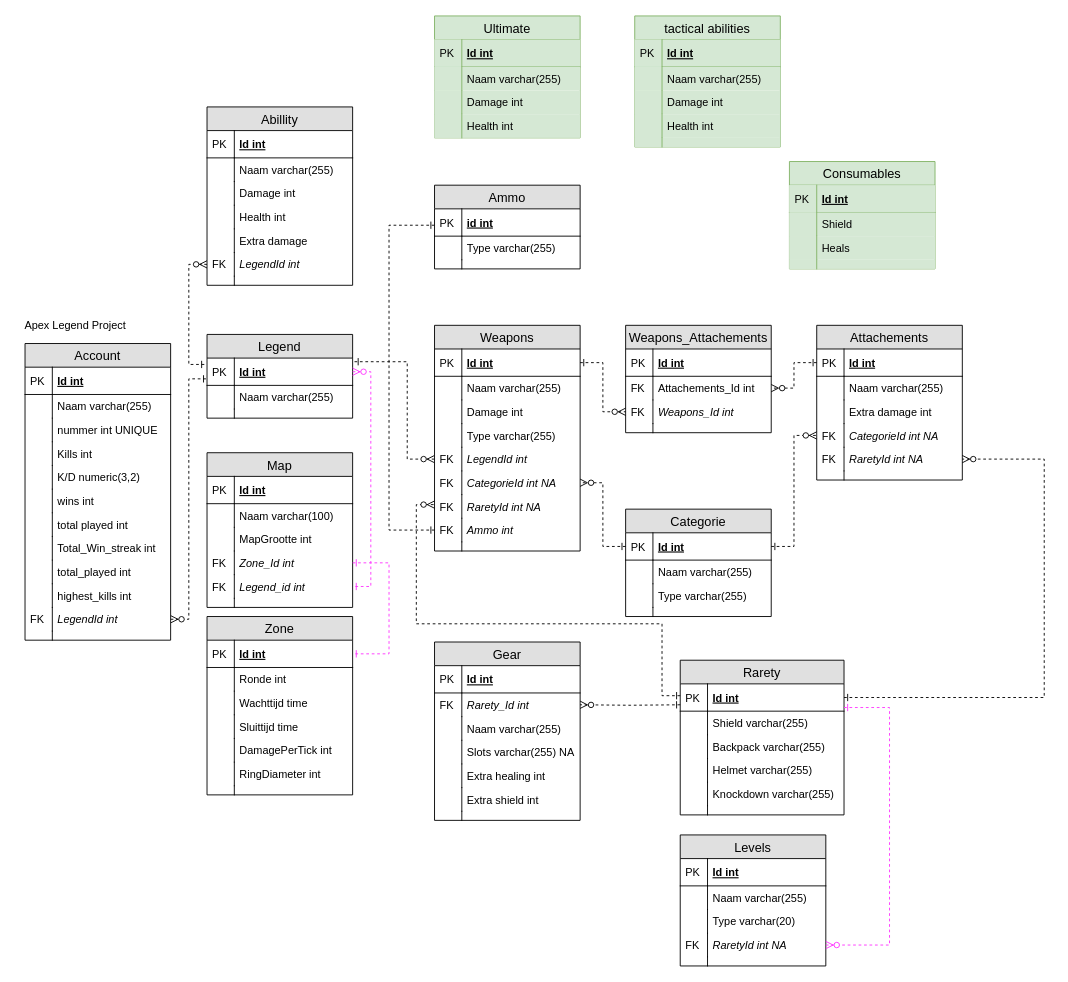
Before: Project.drawio in donnie1998/thomasmore2019-2020, a draw.io diagram. Source tidied: cells renumbered, new cells numbered last; positions are measured from the earlier drawing's top-left corner, leaving out a move shared by most shapes. Both pictures are drawn from the tidied source at 91%, with x=0, y=0 at pixel (15, 15).
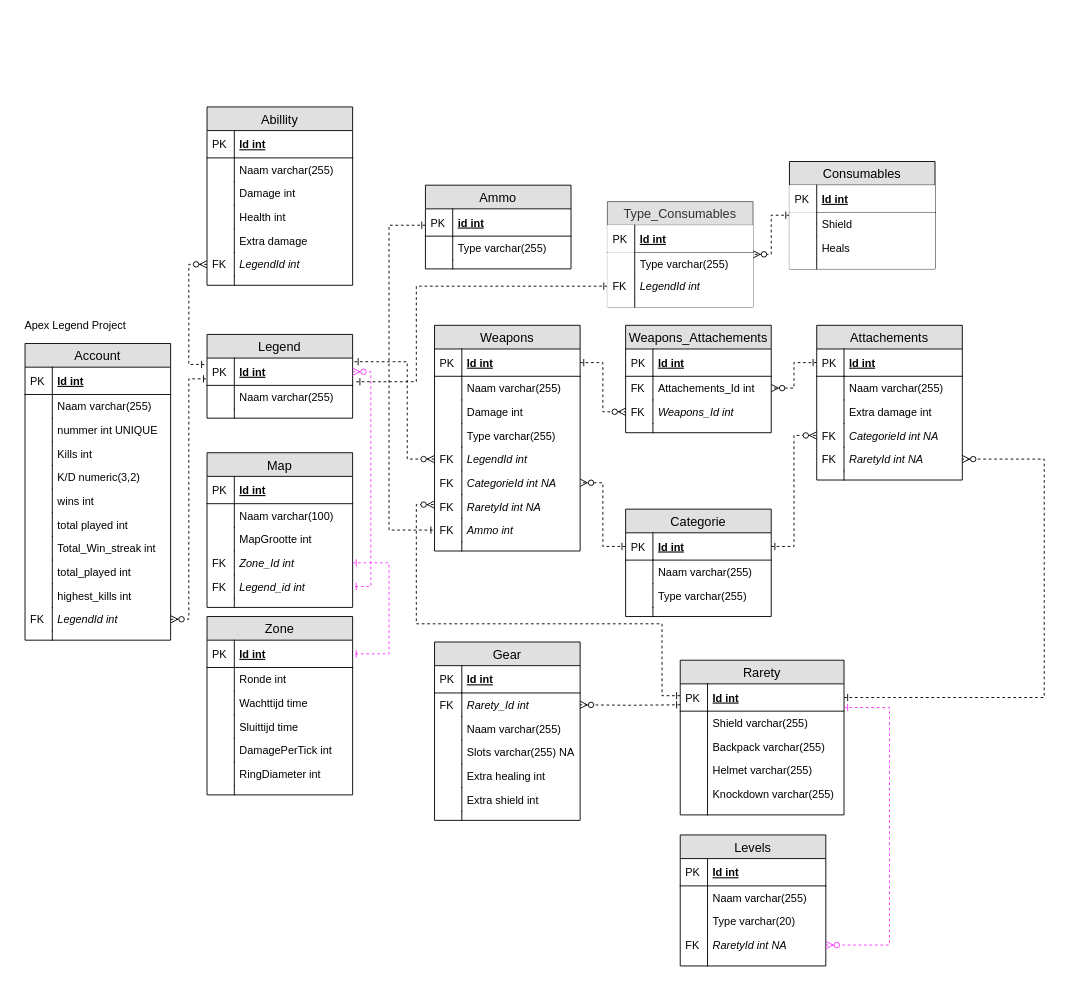
Above is the later version.

Unchanged cells that the change refers to:
```xml
<mxCell id="43" value="Id int " style="shape=partialRectangle;top=0;left=0;right=0;bottom=1;align=left;verticalAlign=middle;fillColor=none;spacingLeft=34;spacingRight=4;overflow=hidden;points=[[0,0.5],[1,0.5]];portConstraint=eastwest;fontStyle=5;fontSize=12;" parent="42" vertex="1">
  <mxGeometry y="26" width="160" height="30" as="geometry" />
</mxCell>
```

Diff of the diagram source:
```diff
@@
-    <mxCell id="49" value="Ultimate" style="swimlane;fontStyle=0;horizontal=1;startSize=26;fillColor=#d5e8d4;swimlaneFillColor=#ffffff;align=center;fontSize=14;strokeColor=#82b366;" parent="1" vertex="1">
-      <mxGeometry x="460" width="160" height="134" as="geometry" />
-    </mxCell>
-    <mxCell id="50" value="Id int " style="shape=partialRectangle;top=0;left=0;right=0;bottom=1;align=left;verticalAlign=middle;fillColor=#d5e8d4;spacingLeft=34;spacingRight=4;overflow=hidden;fontStyle=5;fontSize=12;strokeColor=#82b366;" parent="49" vertex="1">
-      <mxGeometry y="26" width="160" height="30" as="geometry" />
-    </mxCell>
-    <mxCell id="51" value="PK" style="shape=partialRectangle;top=0;left=0;bottom=0;fillColor=#d5e8d4;align=left;verticalAlign=middle;spacingLeft=4;spacingRight=4;overflow=hidden;fontSize=12;strokeColor=#82b366;" parent="50" vertex="1">
-      <mxGeometry width="30" height="30" as="geometry" />
-    </mxCell>
-    <mxCell id="52" value="Naam varchar(255)" style="shape=partialRectangle;top=0;left=0;right=0;bottom=0;align=left;verticalAlign=top;fillColor=#d5e8d4;spacingLeft=34;spacingRight=4;overflow=hidden;fontSize=12;strokeColor=#82b366;" parent="49" vertex="1">
-      <mxGeometry y="56" width="160" height="26" as="geometry" />
-    </mxCell>
-    <mxCell id="53" style="shape=partialRectangle;top=0;left=0;bottom=0;fillColor=#d5e8d4;align=left;verticalAlign=top;spacingLeft=4;spacingRight=4;overflow=hidden;fontSize=12;strokeColor=#82b366;" parent="52" vertex="1">
-      <mxGeometry width="30" height="26" as="geometry" />
-    </mxCell>
-    <mxCell id="54" value="Damage int" style="shape=partialRectangle;top=0;left=0;right=0;bottom=0;align=left;verticalAlign=top;fillColor=#d5e8d4;spacingLeft=34;spacingRight=4;overflow=hidden;fontSize=12;strokeColor=#82b366;" parent="49" vertex="1">
-      <mxGeometry y="82" width="160" height="26" as="geometry" />
-    </mxCell>
-    <mxCell id="55" style="shape=partialRectangle;top=0;left=0;bottom=0;fillColor=#d5e8d4;align=left;verticalAlign=top;spacingLeft=4;spacingRight=4;overflow=hidden;fontSize=12;strokeColor=#82b366;" parent="54" vertex="1">
-      <mxGeometry width="30" height="26" as="geometry" />
-    </mxCell>
-    <mxCell id="56" value="Health int " style="shape=partialRectangle;top=0;left=0;right=0;bottom=0;align=left;verticalAlign=top;fillColor=#d5e8d4;spacingLeft=34;spacingRight=4;overflow=hidden;fontSize=12;strokeColor=#82b366;" parent="49" vertex="1">
-      <mxGeometry y="108" width="160" height="26" as="geometry" />
-    </mxCell>
-    <mxCell id="57" style="shape=partialRectangle;top=0;left=0;bottom=0;fillColor=#d5e8d4;align=left;verticalAlign=top;spacingLeft=4;spacingRight=4;overflow=hidden;fontSize=12;strokeColor=#82b366;" parent="56" vertex="1">
-      <mxGeometry width="30" height="26" as="geometry" />
-    </mxCell>
-    <mxCell id="58" value="tactical abilities" style="swimlane;fontStyle=0;horizontal=1;startSize=26;fillColor=#d5e8d4;swimlaneFillColor=#ffffff;align=center;fontSize=14;strokeColor=#82b366;" parent="1" vertex="1">
-      <mxGeometry x="680" width="160" height="144" as="geometry" />
-    </mxCell>
-    <mxCell id="59" value="Id int " style="shape=partialRectangle;top=0;left=0;right=0;bottom=1;align=left;verticalAlign=middle;fillColor=#d5e8d4;spacingLeft=34;spacingRight=4;overflow=hidden;fontStyle=5;fontSize=12;strokeColor=#82b366;" parent="58" vertex="1">
-      <mxGeometry y="26" width="160" height="30" as="geometry" />
-    </mxCell>
-    <mxCell id="60" value="PK" style="shape=partialRectangle;top=0;left=0;bottom=0;fillColor=#d5e8d4;align=left;verticalAlign=middle;spacingLeft=4;spacingRight=4;overflow=hidden;fontSize=12;strokeColor=#82b366;" parent="59" vertex="1">
-      <mxGeometry width="30" height="30" as="geometry" />
-    </mxCell>
-    <mxCell id="61" value="Naam varchar(255)" style="shape=partialRectangle;top=0;left=0;right=0;bottom=0;align=left;verticalAlign=top;fillColor=#d5e8d4;spacingLeft=34;spacingRight=4;overflow=hidden;fontSize=12;strokeColor=#82b366;" parent="58" vertex="1">
-      <mxGeometry y="56" width="160" height="26" as="geometry" />
-    </mxCell>
-    <mxCell id="62" style="shape=partialRectangle;top=0;left=0;bottom=0;fillColor=#d5e8d4;align=left;verticalAlign=top;spacingLeft=4;spacingRight=4;overflow=hidden;fontSize=12;strokeColor=#82b366;" parent="61" vertex="1">
-      <mxGeometry width="30" height="26" as="geometry" />
-    </mxCell>
-    <mxCell id="63" value="Damage int " style="shape=partialRectangle;top=0;left=0;right=0;bottom=0;align=left;verticalAlign=top;fillColor=#d5e8d4;spacingLeft=34;spacingRight=4;overflow=hidden;fontSize=12;strokeColor=#82b366;" parent="58" vertex="1">
-      <mxGeometry y="82" width="160" height="26" as="geometry" />
-    </mxCell>
-    <mxCell id="64" style="shape=partialRectangle;top=0;left=0;bottom=0;fillColor=#d5e8d4;align=left;verticalAlign=top;spacingLeft=4;spacingRight=4;overflow=hidden;fontSize=12;strokeColor=#82b366;" parent="63" vertex="1">
-      <mxGeometry width="30" height="26" as="geometry" />
-    </mxCell>
-    <mxCell id="65" value="Health int" style="shape=partialRectangle;top=0;left=0;right=0;bottom=0;align=left;verticalAlign=top;fillColor=#d5e8d4;spacingLeft=34;spacingRight=4;overflow=hidden;fontSize=12;strokeColor=#82b366;" parent="58" vertex="1">
-      <mxGeometry y="108" width="160" height="26" as="geometry" />
-    </mxCell>
-    <mxCell id="66" style="shape=partialRectangle;top=0;left=0;bottom=0;fillColor=#d5e8d4;align=left;verticalAlign=top;spacingLeft=4;spacingRight=4;overflow=hidden;fontSize=12;strokeColor=#82b366;" parent="65" vertex="1">
-      <mxGeometry width="30" height="26" as="geometry" />
-    </mxCell>
-    <mxCell id="67" style="shape=partialRectangle;top=0;left=0;right=0;bottom=0;align=left;verticalAlign=top;fillColor=#d5e8d4;spacingLeft=34;spacingRight=4;overflow=hidden;fontSize=12;strokeColor=#82b366;" parent="58" vertex="1">
-      <mxGeometry y="134" width="160" height="10" as="geometry" />
-    </mxCell>
-    <mxCell id="68" style="shape=partialRectangle;top=0;left=0;bottom=0;fillColor=#d5e8d4;align=left;verticalAlign=top;spacingLeft=4;spacingRight=4;overflow=hidden;fontSize=12;strokeColor=#82b366;" parent="67" vertex="1">
-      <mxGeometry width="30" height="10" as="geometry" />
-    </mxCell>
@@
+    <mxCell id="217" style="edgeStyle=orthogonalEdgeStyle;rounded=0;jettySize=auto;html=1;dashed=1;startArrow=ERone;startFill=0;endArrow=ERzeroToMany;endFill=1;" parent="1" edge="1" source="200" target="219">
+      <mxGeometry relative="1" as="geometry" />
+    </mxCell>
-    <mxCell id="200" value="Consumables" style="swimlane;fontStyle=0;horizontal=1;startSize=26;fillColor=#d5e8d4;swimlaneFillColor=#ffffff;align=center;fontSize=14;strokeColor=#82b366;" parent="1" vertex="1">
+    <mxCell id="200" value="Consumables" style="swimlane;fontStyle=0;horizontal=1;startSize=26;swimlaneFillColor=#ffffff;align=center;fontSize=14;fillColor=#E0E0E0;" parent="1" vertex="1">
       <mxGeometry x="850" y="160" width="160" height="118" as="geometry" />
     </mxCell>
-    <mxCell id="201" value="Id int" style="shape=partialRectangle;top=0;left=0;right=0;bottom=1;align=left;verticalAlign=middle;fillColor=#d5e8d4;spacingLeft=34;spacingRight=4;overflow=hidden;fontStyle=5;fontSize=12;strokeColor=#82b366;" parent="200" vertex="1">
+    <mxCell id="201" value="Id int" style="shape=partialRectangle;top=0;left=0;right=0;bottom=1;align=left;verticalAlign=middle;spacingLeft=34;spacingRight=4;overflow=hidden;fontStyle=5;fontSize=12;" parent="200" vertex="1">
       <mxGeometry y="26" width="160" height="30" as="geometry" />
     </mxCell>
-    <mxCell id="202" value="PK" style="shape=partialRectangle;top=0;left=0;bottom=0;fillColor=#d5e8d4;align=left;verticalAlign=middle;spacingLeft=4;spacingRight=4;overflow=hidden;fontSize=12;strokeColor=#82b366;" parent="201" vertex="1">
+    <mxCell id="202" value="PK" style="shape=partialRectangle;top=0;left=0;bottom=0;align=left;verticalAlign=middle;spacingLeft=4;spacingRight=4;overflow=hidden;fontSize=12;" parent="201" vertex="1">
       <mxGeometry width="30" height="30" as="geometry" />
     </mxCell>
-    <mxCell id="203" value="Shield" style="shape=partialRectangle;top=0;left=0;right=0;bottom=0;align=left;verticalAlign=top;fillColor=#d5e8d4;spacingLeft=34;spacingRight=4;overflow=hidden;fontSize=12;strokeColor=#82b366;" parent="200" vertex="1">
+    <mxCell id="203" value="Shield" style="shape=partialRectangle;top=0;left=0;right=0;bottom=0;align=left;verticalAlign=top;spacingLeft=34;spacingRight=4;overflow=hidden;fontSize=12;" parent="200" vertex="1">
       <mxGeometry y="56" width="160" height="26" as="geometry" />
     </mxCell>
-    <mxCell id="204" style="shape=partialRectangle;top=0;left=0;bottom=0;fillColor=#d5e8d4;align=left;verticalAlign=top;spacingLeft=4;spacingRight=4;overflow=hidden;fontSize=12;strokeColor=#82b366;" parent="203" vertex="1">
+    <mxCell id="204" style="shape=partialRectangle;top=0;left=0;bottom=0;align=left;verticalAlign=top;spacingLeft=4;spacingRight=4;overflow=hidden;fontSize=12;" parent="203" vertex="1">
       <mxGeometry width="30" height="26" as="geometry" />
     </mxCell>
-    <mxCell id="205" value="Heals" style="shape=partialRectangle;top=0;left=0;right=0;bottom=0;align=left;verticalAlign=top;fillColor=#d5e8d4;spacingLeft=34;spacingRight=4;overflow=hidden;fontSize=12;strokeColor=#82b366;" parent="200" vertex="1">
+    <mxCell id="205" value="Heals" style="shape=partialRectangle;top=0;left=0;right=0;bottom=0;align=left;verticalAlign=top;spacingLeft=34;spacingRight=4;overflow=hidden;fontSize=12;" parent="200" vertex="1">
       <mxGeometry y="82" width="160" height="26" as="geometry" />
     </mxCell>
-    <mxCell id="206" style="shape=partialRectangle;top=0;left=0;bottom=0;fillColor=#d5e8d4;align=left;verticalAlign=top;spacingLeft=4;spacingRight=4;overflow=hidden;fontSize=12;strokeColor=#82b366;" parent="205" vertex="1">
+    <mxCell id="206" style="shape=partialRectangle;top=0;left=0;bottom=0;align=left;verticalAlign=top;spacingLeft=4;spacingRight=4;overflow=hidden;fontSize=12;" parent="205" vertex="1">
       <mxGeometry width="30" height="26" as="geometry" />
     </mxCell>
-    <mxCell id="207" style="shape=partialRectangle;top=0;left=0;right=0;bottom=0;align=left;verticalAlign=top;fillColor=#d5e8d4;spacingLeft=34;spacingRight=4;overflow=hidden;fontSize=12;strokeColor=#82b366;" parent="200" vertex="1">
+    <mxCell id="207" style="shape=partialRectangle;top=0;left=0;right=0;bottom=0;align=left;verticalAlign=top;spacingLeft=34;spacingRight=4;overflow=hidden;fontSize=12;" parent="200" vertex="1">
       <mxGeometry y="108" width="160" height="10" as="geometry" />
     </mxCell>
-    <mxCell id="208" style="shape=partialRectangle;top=0;left=0;bottom=0;fillColor=#d5e8d4;align=left;verticalAlign=top;spacingLeft=4;spacingRight=4;overflow=hidden;fontSize=12;strokeColor=#82b366;" parent="207" vertex="1">
+    <mxCell id="208" style="shape=partialRectangle;top=0;left=0;bottom=0;align=left;verticalAlign=top;spacingLeft=4;spacingRight=4;overflow=hidden;fontSize=12;" parent="207" vertex="1">
       <mxGeometry width="30" height="10" as="geometry" />
     </mxCell>
@@
     <mxCell id="210" value="Ammo" style="swimlane;fontStyle=0;horizontal=1;startSize=26;fillColor=#e0e0e0;swimlaneFillColor=#ffffff;align=center;fontSize=14;" parent="1" vertex="1">
-      <mxGeometry x="460" y="186" width="160" height="92" as="geometry" />
+      <mxGeometry x="450" y="186" width="160" height="92" as="geometry" />
     </mxCell>
@@
+    <mxCell id="218" style="edgeStyle=orthogonalEdgeStyle;rounded=0;jettySize=auto;html=1;dashed=1;startArrow=ERone;startFill=0;endArrow=ERone;endFill=0;exitX=0;exitY=0.5;exitDx=0;exitDy=0;entryX=1.025;entryY=0.867;entryDx=0;entryDy=0;entryPerimeter=0;" parent="1" edge="1" source="224" target="43">
+      <mxGeometry relative="1" as="geometry">
+        <Array as="points">
+          <mxPoint x="440" y="297" />
+          <mxPoint x="440" y="402" />
+        </Array>
+      </mxGeometry>
+    </mxCell>
+    <mxCell id="219" value="Type_Consumables" style="swimlane;fontStyle=0;horizontal=1;startSize=26;swimlaneFillColor=#ffffff;align=center;fontSize=14;fillColor=#E0E0E0;strokeColor=#666666;fontColor=#333333;" parent="1" vertex="1">
+      <mxGeometry x="650" y="204" width="160" height="116" as="geometry" />
+    </mxCell>
+    <mxCell id="220" value="Id int" style="shape=partialRectangle;top=0;left=0;right=0;bottom=1;align=left;verticalAlign=middle;spacingLeft=34;spacingRight=4;overflow=hidden;fontStyle=5;fontSize=12;" parent="219" vertex="1">
+      <mxGeometry y="26" width="160" height="30" as="geometry" />
+    </mxCell>
+    <mxCell id="221" value="PK" style="shape=partialRectangle;top=0;left=0;bottom=0;align=left;verticalAlign=middle;spacingLeft=4;spacingRight=4;overflow=hidden;fontSize=12;" parent="220" vertex="1">
+      <mxGeometry width="30" height="30" as="geometry" />
+    </mxCell>
+    <mxCell id="222" value="Type varchar(255)" style="shape=partialRectangle;top=0;left=0;right=0;bottom=0;align=left;verticalAlign=top;spacingLeft=34;spacingRight=4;overflow=hidden;fontSize=12;" parent="219" vertex="1">
+      <mxGeometry y="56" width="160" height="24" as="geometry" />
+    </mxCell>
+    <mxCell id="223" style="shape=partialRectangle;top=0;left=0;bottom=0;align=left;verticalAlign=top;spacingLeft=4;spacingRight=4;overflow=hidden;fontSize=12;" parent="222" vertex="1">
+      <mxGeometry width="30" height="24" as="geometry" />
+    </mxCell>
+    <mxCell id="224" value="LegendId int" style="shape=partialRectangle;top=0;left=0;right=0;bottom=0;align=left;verticalAlign=top;spacingLeft=34;spacingRight=4;overflow=hidden;points=[[0,0.5],[1,0.5]];portConstraint=eastwest;fontSize=12;fontStyle=2;" parent="219" vertex="1">
+      <mxGeometry y="80" width="160" height="26" as="geometry" />
+    </mxCell>
+    <mxCell id="225" value="FK" style="shape=partialRectangle;top=0;left=0;bottom=0;align=left;verticalAlign=top;spacingLeft=4;spacingRight=4;overflow=hidden;fontSize=12;" parent="224" vertex="1">
+      <mxGeometry width="30" height="26" as="geometry" />
+    </mxCell>
+    <mxCell id="226" style="shape=partialRectangle;top=0;left=0;right=0;bottom=0;align=left;verticalAlign=top;spacingLeft=34;spacingRight=4;overflow=hidden;fontSize=12;" parent="219" vertex="1">
+      <mxGeometry y="106" width="160" height="10" as="geometry" />
+    </mxCell>
+    <mxCell id="227" style="shape=partialRectangle;top=0;left=0;bottom=0;align=left;verticalAlign=top;spacingLeft=4;spacingRight=4;overflow=hidden;fontSize=12;" parent="226" vertex="1">
+      <mxGeometry width="30" height="10" as="geometry" />
+    </mxCell>
```
